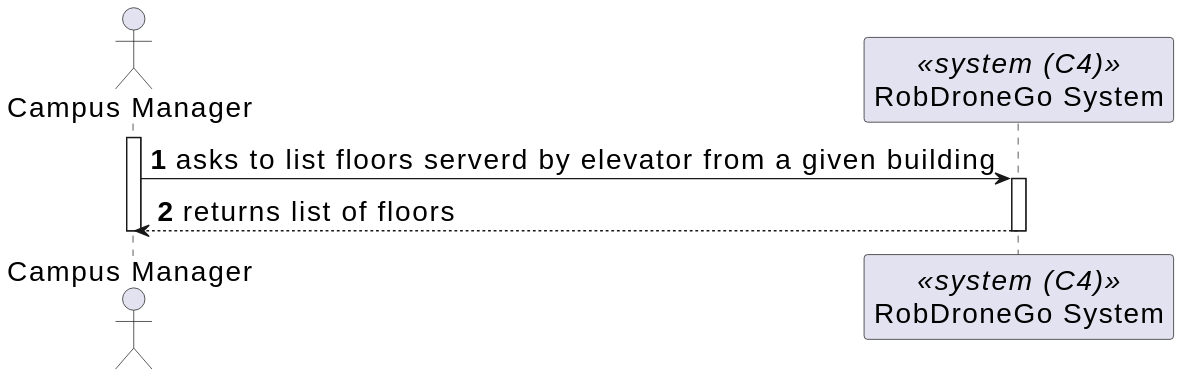
This is _wiki/sprint-a/us16-300/views/level-1/assets/process-view.svg from miseEnPlace-dev/lapr5, a PlantUML export, as it was before one commit.
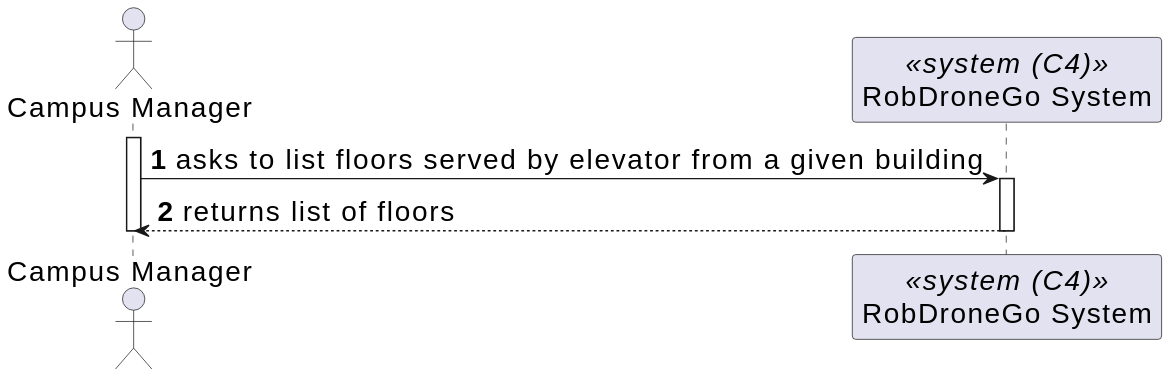
Later version of the same file.

Change to the diagram source:
```diff
@@ -7,7 +7,7 @@
 
 activate CM
 
-CM -> SYS : asks to list floors serverd by elevator from a given building
+CM -> SYS : asks to list floors served by elevator from a given building
 activate SYS
 
 CM <-- SYS : returns list of floors
```
